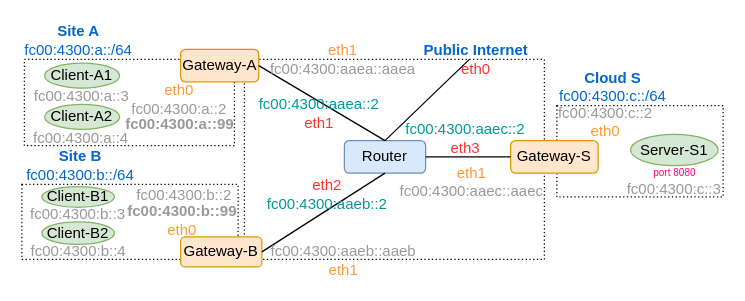
This is figures/ipv6-site-to-site.drawio from HollowMan6/Implement-VPN-System-with-Containers, a draw.io file, before an edit. Source tidied: cells renumbered, new cells numbered last; positions are measured from the earlier drawing's top-left corner, leaving out a move shared by most shapes. Both pictures are drawn from the tidied source at 125%, with x=0, y=0 at pixel (21, 21).
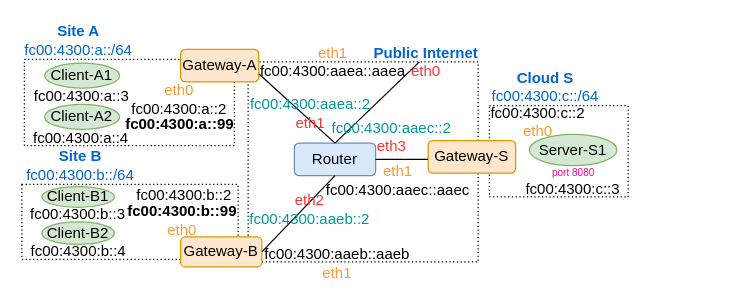
The same diagram, later.

Unchanged cells that the change refers to:
```xml
<mxCell id="10" value="Gateway-A" style="rounded=1;whiteSpace=wrap;html=1;fillColor=#ffe6cc;strokeColor=#d79b00;" parent="1" vertex="1">
  <mxGeometry x="127" y="22" width="62.5" height="26" as="geometry" />
</mxCell>
<mxCell id="11" value="Gateway-B" style="rounded=1;whiteSpace=wrap;html=1;fillColor=#ffe6cc;strokeColor=#d79b00;" parent="1" vertex="1">
  <mxGeometry x="127" y="172" width="65" height="24" as="geometry" />
</mxCell>
```

Change to the diagram source:
```diff
@@
     <mxCell id="2" style="verticalLabelPosition=bottom;verticalAlign=top;html=1;shape=mxgraph.basic.rect;fillColor2=none;strokeWidth=1;size=20;indent=5;dashed=1;dashPattern=1 2;" parent="1" vertex="1">
-      <mxGeometry x="428" y="67" width="133" height="73" as="geometry" />
+      <mxGeometry x="374" y="67" width="111" height="73" as="geometry" />
     </mxCell>
@@
     <mxCell id="9" style="verticalLabelPosition=bottom;verticalAlign=top;html=1;shape=mxgraph.basic.rect;fillColor2=none;strokeWidth=1;size=20;indent=5;dashed=1;dashPattern=1 2;" parent="1" vertex="1">
-      <mxGeometry x="178" y="30" width="240" height="160" as="geometry" />
+      <mxGeometry x="181" y="32" width="184" height="160" as="geometry" />
     </mxCell>
@@
     <mxCell id="12" value="Router" style="rounded=1;whiteSpace=wrap;html=1;fillColor=#dae8fc;strokeColor=#6c8ebf;" parent="1" vertex="1">
-      <mxGeometry x="258" y="95" width="65" height="26" as="geometry" />
+      <mxGeometry x="218" y="97" width="65" height="26" as="geometry" />
     </mxCell>
     <mxCell id="13" value="Gateway-S" style="rounded=1;whiteSpace=wrap;html=1;fillColor=#ffe6cc;strokeColor=#d79b00;" parent="1" vertex="1">
-      <mxGeometry x="391" y="95" width="70" height="26" as="geometry" />
+      <mxGeometry x="325" y="95" width="70" height="26" as="geometry" />
     </mxCell>
     <mxCell id="14" value="Server-S1" style="ellipse;whiteSpace=wrap;html=1;fillColor=#d5e8d4;strokeColor=#82b366;" parent="1" vertex="1">
-      <mxGeometry x="487" y="90" width="70" height="25" as="geometry" />
+      <mxGeometry x="406" y="90" width="70" height="25" as="geometry" />
     </mxCell>
-    <mxCell id="15" style="endArrow=none;html=1;rounded=0;exitX=1;exitY=0.5;exitDx=0;exitDy=0;entryX=0.5;entryY=1;entryDx=0;entryDy=0;" parent="1" edge="1" source="11" target="12">
-      <mxGeometry relative="1" as="geometry" />
+    <mxCell id="15" style="endArrow=none;html=1;rounded=0;exitX=1;exitY=0.5;exitDx=0;exitDy=0;entryX=0.5;entryY=1;entryDx=0;entryDy=0;" parent="1" edge="1" target="12">
+      <mxGeometry relative="1" as="geometry">
+        <mxPoint x="192" y="184" as="sourcePoint" />
+      </mxGeometry>
     </mxCell>
-    <mxCell id="16" style="endArrow=none;html=1;rounded=0;exitX=1;exitY=0.5;exitDx=0;exitDy=0;entryX=0;entryY=0.5;entryDx=0;entryDy=0;" parent="1" edge="1" source="12" target="13">
-      <mxGeometry relative="1" as="geometry" />
+    <mxCell id="16" style="endArrow=none;html=1;rounded=0;exitX=1;exitY=0.5;exitDx=0;exitDy=0;" parent="1" edge="1" source="12">
+      <mxGeometry relative="1" as="geometry">
+        <mxPoint x="325" y="110" as="targetPoint" />
+      </mxGeometry>
     </mxCell>
-    <mxCell id="17" style="endArrow=none;html=1;rounded=0;entryX=0.5;entryY=0;entryDx=0;entryDy=0;exitX=1;exitY=0.5;exitDx=0;exitDy=0;" parent="1" edge="1" source="10" target="12">
+    <mxCell id="17" style="endArrow=none;html=1;rounded=0;entryX=0.5;entryY=0;entryDx=0;entryDy=0;exitX=1;exitY=0.75;exitDx=0;exitDy=0;" parent="1" edge="1" source="10" target="12">
       <mxGeometry relative="1" as="geometry" />
     </mxCell>
@@
     <mxCell id="20" value="&lt;span style=&quot;border-color: var(--border-color);&quot;&gt;&lt;b&gt;Public Internet&lt;/b&gt;&lt;br&gt;&lt;font color=&quot;#ff3333&quot;&gt;eth0&lt;/font&gt;&lt;br&gt;&lt;/span&gt;" style="text;html=1;strokeColor=none;fillColor=none;align=center;verticalAlign=middle;whiteSpace=wrap;rounded=0;fontColor=#0066CC;" parent="1" vertex="1">
-      <mxGeometry x="316" y="20" width="95" height="20" as="geometry" />
+      <mxGeometry x="276" y="22" width="95" height="20" as="geometry" />
     </mxCell>
     <mxCell id="21" style="endArrow=none;html=1;rounded=0;exitX=0.5;exitY=0;exitDx=0;exitDy=0;" parent="1" edge="1" source="12">
       <mxGeometry relative="1" as="geometry">
-        <mxPoint x="358" y="30" as="targetPoint" />
+        <mxPoint x="318" y="32" as="targetPoint" />
       </mxGeometry>
     </mxCell>
     <mxCell id="22" value="&lt;b&gt;Cloud S&lt;br&gt;&lt;/b&gt;fc00:4300:c::/64" style="text;html=1;strokeColor=none;fillColor=none;align=center;verticalAlign=middle;whiteSpace=wrap;rounded=0;fontColor=#0066CC;" parent="1" vertex="1">
-      <mxGeometry x="428" y="37" width="90" height="30" as="geometry" />
+      <mxGeometry x="374" y="37" width="90" height="30" as="geometry" />
     </mxCell>
-    <mxCell id="23" value="fc00:4300:a::3" style="text;html=1;strokeColor=none;fillColor=none;align=center;verticalAlign=middle;whiteSpace=wrap;rounded=0;fontColor=#999999;" parent="1" vertex="1">
+    <mxCell id="23" value="&lt;font color=&quot;#000000&quot;&gt;fc00:4300:a::3&lt;/font&gt;" style="text;html=1;strokeColor=none;fillColor=none;align=center;verticalAlign=middle;whiteSpace=wrap;rounded=0;fontColor=#999999;" parent="1" vertex="1">
       <mxGeometry x="18" y="57" width="59.8" height="6" as="geometry" />
     </mxCell>
-    <mxCell id="24" value="fc00:4300:a::4" style="text;html=1;strokeColor=none;fillColor=none;align=center;verticalAlign=middle;whiteSpace=wrap;rounded=0;fontColor=#999999;" parent="1" vertex="1">
+    <mxCell id="24" value="&lt;font color=&quot;#000000&quot;&gt;fc00:4300:a::4&lt;/font&gt;" style="text;html=1;strokeColor=none;fillColor=none;align=center;verticalAlign=middle;whiteSpace=wrap;rounded=0;fontColor=#999999;" parent="1" vertex="1">
       <mxGeometry x="16.5" y="90" width="61" height="5" as="geometry" />
     </mxCell>
-    <mxCell id="25" value="fc00:4300:b::3" style="text;html=1;strokeColor=none;fillColor=none;align=center;verticalAlign=middle;whiteSpace=wrap;rounded=0;fontColor=#999999;" parent="1" vertex="1">
+    <mxCell id="25" value="&lt;font color=&quot;#000000&quot;&gt;fc00:4300:b::3&lt;/font&gt;" style="text;html=1;strokeColor=none;fillColor=none;align=center;verticalAlign=middle;whiteSpace=wrap;rounded=0;fontColor=#999999;" parent="1" vertex="1">
       <mxGeometry x="21" y="150" width="48" height="8" as="geometry" />
     </mxCell>
-    <mxCell id="26" value="fc00:4300:b::4" style="text;html=1;strokeColor=none;fillColor=none;align=center;verticalAlign=middle;whiteSpace=wrap;rounded=0;fontColor=#999999;" parent="1" vertex="1">
+    <mxCell id="26" value="&lt;font color=&quot;#000000&quot;&gt;fc00:4300:b::4&lt;/font&gt;" style="text;html=1;strokeColor=none;fillColor=none;align=center;verticalAlign=middle;whiteSpace=wrap;rounded=0;fontColor=#999999;" parent="1" vertex="1">
       <mxGeometry x="21.8" y="180.5" width="46.5" height="7" as="geometry" />
     </mxCell>
-    <mxCell id="27" value="fc00:4300:c::3" style="text;html=1;strokeColor=none;fillColor=none;align=center;verticalAlign=middle;whiteSpace=wrap;rounded=0;fontColor=#999999;" parent="1" vertex="1">
-      <mxGeometry x="496" y="129.8" width="52" height="8.2" as="geometry" />
+    <mxCell id="27" value="&lt;font color=&quot;#000000&quot;&gt;fc00:4300:c::3&lt;/font&gt;" style="text;html=1;strokeColor=none;fillColor=none;align=center;verticalAlign=middle;whiteSpace=wrap;rounded=0;fontColor=#999999;" parent="1" vertex="1">
+      <mxGeometry x="415" y="129.8" width="52" height="8.2" as="geometry" />
     </mxCell>
-    <mxCell id="28" value="&lt;font color=&quot;#ff9933&quot;&gt;eth0&lt;br&gt;&lt;/font&gt;fc00:4300:a::2" style="text;html=1;strokeColor=none;fillColor=none;align=center;verticalAlign=middle;whiteSpace=wrap;rounded=0;fontColor=#999999;" parent="1" vertex="1">
+    <mxCell id="28" value="&lt;font color=&quot;#ff9933&quot;&gt;eth0&lt;br&gt;&lt;/font&gt;&lt;font color=&quot;#000000&quot;&gt;fc00:4300:a::2&lt;/font&gt;" style="text;html=1;strokeColor=none;fillColor=none;align=center;verticalAlign=middle;whiteSpace=wrap;rounded=0;fontColor=#999999;" parent="1" vertex="1">
       <mxGeometry x="97" y="52" width="58" height="20" as="geometry" />
     </mxCell>
-    <mxCell id="29" value="fc00:4300:b::2" style="text;html=1;strokeColor=none;fillColor=none;align=center;verticalAlign=middle;whiteSpace=wrap;rounded=0;fontColor=#999999;" parent="1" vertex="1">
+    <mxCell id="29" value="&lt;font color=&quot;#000000&quot;&gt;fc00:4300:b::2&lt;/font&gt;" style="text;html=1;strokeColor=none;fillColor=none;align=center;verticalAlign=middle;whiteSpace=wrap;rounded=0;fontColor=#999999;" parent="1" vertex="1">
       <mxGeometry x="101.2" y="129" width="58" height="20" as="geometry" />
     </mxCell>
-    <mxCell id="30" value="fc00:4300:c::2&lt;br&gt;&lt;span style=&quot;color: rgb(255, 153, 51);&quot;&gt;eth0&lt;/span&gt;" style="text;html=1;strokeColor=none;fillColor=none;align=center;verticalAlign=middle;whiteSpace=wrap;rounded=0;fontColor=#999999;" parent="1" vertex="1">
-      <mxGeometry x="438" y="70" width="58" height="20" as="geometry" />
+    <mxCell id="30" value="&lt;font color=&quot;#000000&quot;&gt;fc00:4300:c::2&lt;/font&gt;&lt;br&gt;&lt;span style=&quot;color: rgb(255, 153, 51);&quot;&gt;eth0&lt;/span&gt;" style="text;html=1;strokeColor=none;fillColor=none;align=center;verticalAlign=middle;whiteSpace=wrap;rounded=0;fontColor=#999999;" parent="1" vertex="1">
+      <mxGeometry x="384" y="70" width="58" height="20" as="geometry" />
     </mxCell>
     <mxCell id="31" value="fc00:4300:aaea::2&lt;br&gt;&lt;font color=&quot;#ff3333&quot;&gt;eth1&lt;/font&gt;" style="text;html=1;strokeColor=none;fillColor=none;align=center;verticalAlign=middle;whiteSpace=wrap;rounded=0;fontColor=#009999;" parent="1" vertex="1">
-      <mxGeometry x="188" y="62.5" width="100" height="20" as="geometry" />
+      <mxGeometry x="181" y="62.5" width="100" height="20" as="geometry" />
     </mxCell>
     <mxCell id="32" value="&lt;font color=&quot;#ff3333&quot;&gt;eth2&lt;/font&gt;&lt;br&gt;fc00:4300:aaeb::2" style="text;html=1;strokeColor=none;fillColor=none;align=center;verticalAlign=middle;whiteSpace=wrap;rounded=0;fontColor=#009999;" parent="1" vertex="1">
-      <mxGeometry x="195" y="128.2" width="99" height="20" as="geometry" />
+      <mxGeometry x="181" y="140.2" width="99" height="20" as="geometry" />
     </mxCell>
     <mxCell id="33" value="fc00:4300:aaec::2&lt;br&gt;&lt;font color=&quot;#ff3333&quot;&gt;eth3&lt;/font&gt;" style="text;html=1;strokeColor=none;fillColor=none;align=center;verticalAlign=middle;whiteSpace=wrap;rounded=0;fontColor=#009999;" parent="1" vertex="1">
-      <mxGeometry x="304.5" y="82.5" width="99.5" height="20" as="geometry" />
+      <mxGeometry x="245.5" y="81.5" width="99.5" height="20" as="geometry" />
     </mxCell>
-    <mxCell id="34" value="&lt;span style=&quot;color: rgb(255, 153, 51);&quot;&gt;eth1&lt;/span&gt;&lt;br&gt;fc00:4300:aaec::aaec" style="text;html=1;strokeColor=none;fillColor=none;align=center;verticalAlign=middle;whiteSpace=wrap;rounded=0;fontColor=#999999;" parent="1" vertex="1">
-      <mxGeometry x="325" y="118" width="70" height="20" as="geometry" />
+    <mxCell id="34" value="&lt;span style=&quot;color: rgb(255, 153, 51);&quot;&gt;eth1&lt;/span&gt;&lt;br&gt;&lt;font color=&quot;#000000&quot;&gt;fc00:4300:aaec::aaec&lt;/font&gt;" style="text;html=1;strokeColor=none;fillColor=none;align=center;verticalAlign=middle;whiteSpace=wrap;rounded=0;fontColor=#999999;" parent="1" vertex="1">
+      <mxGeometry x="266" y="117" width="70" height="20" as="geometry" />
     </mxCell>
-    <mxCell id="35" value="&lt;span style=&quot;color: rgb(255, 153, 51);&quot;&gt;eth1&lt;/span&gt;&lt;br&gt;fc00:4300:aaea::aaea" style="text;html=1;strokeColor=none;fillColor=none;align=center;verticalAlign=middle;whiteSpace=wrap;rounded=0;fontColor=#999999;" parent="1" vertex="1">
-      <mxGeometry x="198" y="20" width="118" height="20" as="geometry" />
+    <mxCell id="35" value="&lt;span style=&quot;color: rgb(255, 153, 51);&quot;&gt;eth1&lt;/span&gt;&lt;br&gt;&lt;font color=&quot;#000000&quot;&gt;fc00:4300:aaea::aaea&lt;/font&gt;" style="text;html=1;strokeColor=none;fillColor=none;align=center;verticalAlign=middle;whiteSpace=wrap;rounded=0;fontColor=#999999;" parent="1" vertex="1">
+      <mxGeometry x="190" y="22" width="118" height="20" as="geometry" />
     </mxCell>
-    <mxCell id="36" value="fc00:4300:aaeb::aaeb&lt;br&gt;&lt;span style=&quot;color: rgb(255, 153, 51);&quot;&gt;eth1&lt;/span&gt;" style="text;html=1;strokeColor=none;fillColor=none;align=center;verticalAlign=middle;whiteSpace=wrap;rounded=0;fontColor=#999999;" parent="1" vertex="1">
-      <mxGeometry x="199" y="180.5" width="117" height="20" as="geometry" />
+    <mxCell id="36" value="&lt;font color=&quot;#000000&quot;&gt;fc00:4300:aaeb::aaeb&lt;/font&gt;&lt;br&gt;&lt;span style=&quot;color: rgb(255, 153, 51);&quot;&gt;eth1&lt;/span&gt;" style="text;html=1;strokeColor=none;fillColor=none;align=center;verticalAlign=middle;whiteSpace=wrap;rounded=0;fontColor=#999999;" parent="1" vertex="1">
+      <mxGeometry x="194" y="182.5" width="117" height="20" as="geometry" />
     </mxCell>
-    <mxCell id="37" value="&lt;b&gt;fc00:4300:a::99&lt;/b&gt;" style="text;html=1;strokeColor=none;fillColor=none;align=center;verticalAlign=middle;whiteSpace=wrap;rounded=0;fontColor=#999999;" parent="1" vertex="1">
+    <mxCell id="37" value="&lt;b&gt;&lt;font color=&quot;#000000&quot;&gt;fc00:4300:a::99&lt;/font&gt;&lt;/b&gt;" style="text;html=1;strokeColor=none;fillColor=none;align=center;verticalAlign=middle;whiteSpace=wrap;rounded=0;fontColor=#999999;" parent="1" vertex="1">
       <mxGeometry x="95.5" y="72" width="61" height="20" as="geometry" />
     </mxCell>
-    <mxCell id="38" value="&lt;b&gt;fc00:4300:b::99&lt;/b&gt;&lt;br&gt;&lt;font color=&quot;#ff9933&quot;&gt;eth0&lt;/font&gt;" style="text;html=1;strokeColor=none;fillColor=none;align=center;verticalAlign=middle;whiteSpace=wrap;rounded=0;fontColor=#999999;" parent="1" vertex="1">
+    <mxCell id="38" value="&lt;b&gt;&lt;font color=&quot;#000000&quot;&gt;fc00:4300:b::99&lt;/font&gt;&lt;/b&gt;&lt;br&gt;&lt;font color=&quot;#ff9933&quot;&gt;eth0&lt;/font&gt;" style="text;html=1;strokeColor=none;fillColor=none;align=center;verticalAlign=middle;whiteSpace=wrap;rounded=0;fontColor=#999999;" parent="1" vertex="1">
       <mxGeometry x="98.2" y="149" width="61" height="20" as="geometry" />
     </mxCell>
     <mxCell id="39" value="&lt;font style=&quot;font-size: 8px;&quot;&gt;&lt;font style=&quot;font-size: 8px;&quot; color=&quot;#ff0080&quot;&gt;port&amp;nbsp;&lt;/font&gt;&lt;font style=&quot;font-size: 8px;&quot; color=&quot;#ff0080&quot;&gt;8080&lt;/font&gt;&lt;/font&gt;" style="text;html=1;strokeColor=none;fillColor=none;align=center;verticalAlign=middle;whiteSpace=wrap;rounded=0;fontColor=#999999;" parent="1" vertex="1">
-      <mxGeometry x="494.5" y="114" width="55" height="12" as="geometry" />
+      <mxGeometry x="413.5" y="114" width="55" height="12" as="geometry" />
     </mxCell>
```
